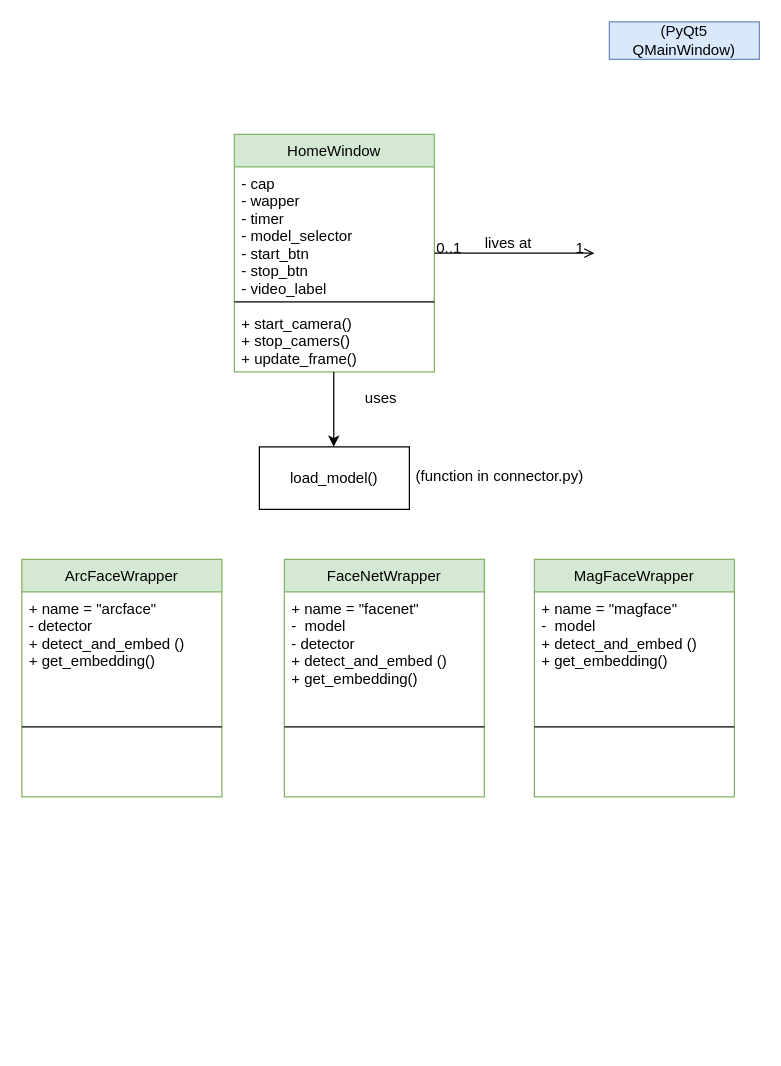
AidaFriday/Bachelor-Thesis-AI keeps this draw.io diagram as Documentation/BA.drawio. Above is the earlier version. Source tidied: cells renumbered, new cells numbered last; positions are measured from the earlier drawing's top-left corner, leaving out a move shared by most shapes. Both pictures are drawn from the tidied source at 125%, with x=0, y=0 at pixel (21, 21).
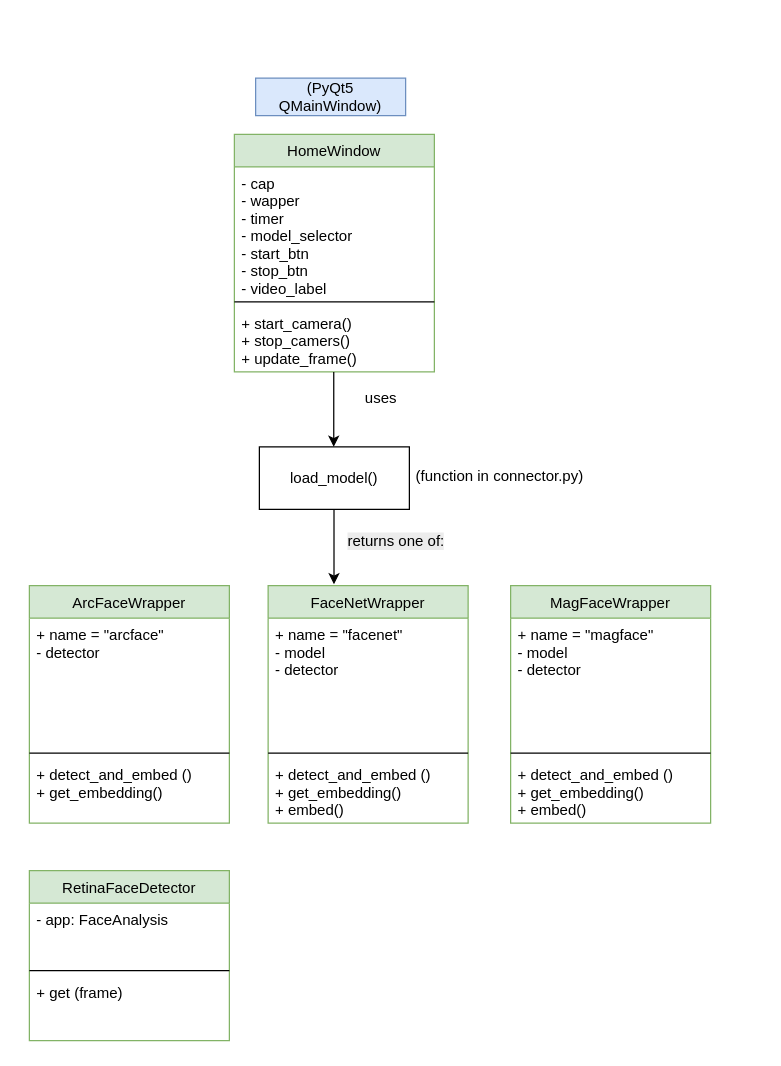
The same page after the edit.

The change refers to these unchanged cells:
```xml
<mxCell id="2" value="HomeWindow" style="swimlane;fontStyle=0;align=center;verticalAlign=top;horizontal=1;startSize=26;rounded=0;shadow=0;strokeWidth=1;fillColor=#d5e8d4;strokeColor=#82b366;" parent="1" vertex="1">
  <mxGeometry x="170" y="90" width="160" height="190" as="geometry" />
</mxCell>
```

Diff of the diagram source:
```diff
@@
-    <mxCell id="6" style="endArrow=open;shadow=0;strokeWidth=1;rounded=0;curved=0;endFill=1;edgeStyle=elbowEdgeStyle;elbow=vertical;" parent="1" edge="1" source="2">
-      <mxGeometry x="0.5" y="41" relative="1" as="geometry">
-        <mxPoint x="458" y="185" as="targetPoint" />
-        <mxPoint x="-40" y="32" as="offset" />
-      </mxGeometry>
-    </mxCell>
-    <mxCell id="7" value="0..1" style="align=left;verticalAlign=bottom;labelBackgroundColor=none;fontSize=12;" parent="6" vertex="1">
-      <mxGeometry x="-1" relative="1" as="geometry">
-        <mxPoint y="4" as="offset" />
-      </mxGeometry>
-    </mxCell>
-    <mxCell id="8" value="1" style="align=right;verticalAlign=bottom;labelBackgroundColor=none;fontSize=12;" parent="6" vertex="1">
-      <mxGeometry x="1" relative="1" as="geometry">
-        <mxPoint x="-7" y="4" as="offset" />
-      </mxGeometry>
-    </mxCell>
-    <mxCell id="9" value="lives at" style="text;html=1;align=center;verticalAlign=middle;labelBackgroundColor=none;rounded=0;shadow=0;strokeWidth=1;fontSize=12;" parent="6" vertex="1">
-      <mxGeometry x="0.5" y="49" relative="1" as="geometry">
-        <mxPoint x="-38" y="40" as="offset" />
-      </mxGeometry>
-    </mxCell>
     <mxCell id="10" value="(PyQt5 QMainWindow)" style="whiteSpace=wrap;html=1;fillColor=#dae8fc;strokeColor=#6c8ebf;" parent="1" vertex="1">
-      <mxGeometry x="470" width="120" height="30" as="geometry" />
+      <mxGeometry x="187" y="45" width="120" height="30" as="geometry" />
     </mxCell>
@@
     <mxCell id="15" value="ArcFaceWrapper" style="swimlane;fontStyle=0;align=center;verticalAlign=top;horizontal=1;startSize=26;rounded=0;shadow=0;strokeWidth=1;fillColor=#d5e8d4;strokeColor=#82b366;" parent="1" vertex="1">
-      <mxGeometry y="430" width="160" height="190" as="geometry" />
+      <mxGeometry x="6" y="451" width="160" height="190" as="geometry" />
     </mxCell>
-    <mxCell id="16" value="+ name = &quot;arcface&quot;&#10;- detector&#10;+ detect_and_embed ()&#10;+ get_embedding()&#10;&#10;" style="text;align=left;verticalAlign=top;spacingLeft=4;spacingRight=4;overflow=hidden;" parent="15" vertex="1">
-      <mxGeometry y="26" width="160" height="104" as="geometry" />
-    </mxCell>
-    <mxCell id="17" style="line;html=1;strokeWidth=1;align=left;verticalAlign=middle;spacingTop=-1;spacingLeft=3;spacingRight=3;labelPosition=right;" parent="15" vertex="1">
-      <mxGeometry y="130" width="160" height="8" as="geometry" />
-    </mxCell>
+    <mxCell id="24" value="+ name = &quot;arcface&quot;&#10;- detector&#10;&#10;&#10;" style="text;align=left;verticalAlign=top;spacingLeft=4;spacingRight=4;overflow=hidden;" parent="15" vertex="1">
+      <mxGeometry y="26" width="160" height="104" as="geometry" />
+    </mxCell>
+    <mxCell id="25" style="line;html=1;strokeWidth=1;align=left;verticalAlign=middle;spacingTop=-1;spacingLeft=3;spacingRight=3;labelPosition=right;" parent="15" vertex="1">
+      <mxGeometry y="130" width="160" height="8" as="geometry" />
+    </mxCell>
+    <mxCell id="26" value="+ detect_and_embed ()&#10;+ get_embedding()" style="text;align=left;verticalAlign=top;spacingLeft=4;spacingRight=4;overflow=hidden;" parent="15" vertex="1">
+      <mxGeometry y="138" width="160" height="52" as="geometry" />
+    </mxCell>
     <mxCell id="18" value="FaceNetWrapper" style="swimlane;fontStyle=0;align=center;verticalAlign=top;horizontal=1;startSize=26;rounded=0;shadow=0;strokeWidth=1;fillColor=#d5e8d4;strokeColor=#82b366;" parent="1" vertex="1">
-      <mxGeometry x="210" y="430" width="160" height="190" as="geometry" />
+      <mxGeometry x="197" y="451" width="160" height="190" as="geometry" />
     </mxCell>
-    <mxCell id="19" value="+ name = &quot;facenet&quot;&#10;-  model&#10;- detector&#10;+ detect_and_embed ()&#10;+ get_embedding()&#10;&#10;" style="text;align=left;verticalAlign=top;spacingLeft=4;spacingRight=4;overflow=hidden;" parent="18" vertex="1">
-      <mxGeometry y="26" width="160" height="104" as="geometry" />
-    </mxCell>
-    <mxCell id="20" style="line;html=1;strokeWidth=1;align=left;verticalAlign=middle;spacingTop=-1;spacingLeft=3;spacingRight=3;labelPosition=right;" parent="18" vertex="1">
-      <mxGeometry y="130" width="160" height="8" as="geometry" />
-    </mxCell>
+    <mxCell id="27" value="+ name = &quot;facenet&quot;&#10;- model&#10;- detector&#10;&#10;&#10;" style="text;align=left;verticalAlign=top;spacingLeft=4;spacingRight=4;overflow=hidden;" parent="18" vertex="1">
+      <mxGeometry y="26" width="160" height="104" as="geometry" />
+    </mxCell>
+    <mxCell id="28" style="line;html=1;strokeWidth=1;align=left;verticalAlign=middle;spacingTop=-1;spacingLeft=3;spacingRight=3;labelPosition=right;" parent="18" vertex="1">
+      <mxGeometry y="130" width="160" height="8" as="geometry" />
+    </mxCell>
+    <mxCell id="29" value="+ detect_and_embed ()&#10;+ get_embedding()&#10;+ embed()" style="text;align=left;verticalAlign=top;spacingLeft=4;spacingRight=4;overflow=hidden;" parent="18" vertex="1">
+      <mxGeometry y="138" width="160" height="52" as="geometry" />
+    </mxCell>
     <mxCell id="21" value="MagFaceWrapper" style="swimlane;fontStyle=0;align=center;verticalAlign=top;horizontal=1;startSize=26;rounded=0;shadow=0;strokeWidth=1;fillColor=#d5e8d4;strokeColor=#82b366;" parent="1" vertex="1">
-      <mxGeometry x="410" y="430" width="160" height="190" as="geometry" />
+      <mxGeometry x="391" y="451" width="160" height="190" as="geometry" />
     </mxCell>
-    <mxCell id="22" value="+ name = &quot;magface&quot;&#10;-  model&#10;+ detect_and_embed ()&#10;+ get_embedding()&#10;&#10;" style="text;align=left;verticalAlign=top;spacingLeft=4;spacingRight=4;overflow=hidden;" parent="21" vertex="1">
-      <mxGeometry y="26" width="160" height="104" as="geometry" />
-    </mxCell>
-    <mxCell id="23" style="line;html=1;strokeWidth=1;align=left;verticalAlign=middle;spacingTop=-1;spacingLeft=3;spacingRight=3;labelPosition=right;" parent="21" vertex="1">
-      <mxGeometry y="130" width="160" height="8" as="geometry" />
-    </mxCell>
+    <mxCell id="30" value="+ name = &quot;magface&quot;&#10;- model&#10;- detector&#10;&#10;&#10;" style="text;align=left;verticalAlign=top;spacingLeft=4;spacingRight=4;overflow=hidden;" parent="21" vertex="1">
+      <mxGeometry y="26" width="160" height="104" as="geometry" />
+    </mxCell>
+    <mxCell id="31" style="line;html=1;strokeWidth=1;align=left;verticalAlign=middle;spacingTop=-1;spacingLeft=3;spacingRight=3;labelPosition=right;" parent="21" vertex="1">
+      <mxGeometry y="130" width="160" height="8" as="geometry" />
+    </mxCell>
+    <mxCell id="32" value="+ detect_and_embed ()&#10;+ get_embedding()&#10;+ embed()" style="text;align=left;verticalAlign=top;spacingLeft=4;spacingRight=4;overflow=hidden;" parent="21" vertex="1">
+      <mxGeometry y="138" width="160" height="52" as="geometry" />
+    </mxCell>
+    <mxCell id="33" style="endArrow=classic;html=1;rounded=0;" parent="1" edge="1">
+      <mxGeometry relative="1" as="geometry">
+        <mxPoint x="249.7" y="390" as="sourcePoint" />
+        <mxPoint x="249.7" y="450" as="targetPoint" />
+      </mxGeometry>
+    </mxCell>
+    <mxCell id="34" value="&lt;span style=&quot;color: rgb(0, 0, 0); font-family: Helvetica; font-size: 12px; font-style: normal; font-variant-ligatures: normal; font-variant-caps: normal; font-weight: 400; letter-spacing: normal; orphans: 2; text-align: center; text-indent: 0px; text-transform: none; widows: 2; word-spacing: 0px; -webkit-text-stroke-width: 0px; white-space: nowrap; background-color: rgb(236, 236, 236); text-decoration-thickness: initial; text-decoration-style: initial; text-decoration-color: initial; display: inline !important; float: none;&quot;&gt;returns one of:&lt;/span&gt;" style="text;whiteSpace=wrap;html=1;" parent="1" vertex="1">
+      <mxGeometry x="259" y="402" width="162" height="36" as="geometry" />
+    </mxCell>
+    <mxCell id="35" value="RetinaFaceDetector" style="swimlane;fontStyle=0;align=center;verticalAlign=top;horizontal=1;startSize=26;rounded=0;shadow=0;strokeWidth=1;fillColor=#d5e8d4;strokeColor=#82b366;" parent="1" vertex="1">
+      <mxGeometry x="6" y="679" width="160" height="136" as="geometry" />
+    </mxCell>
+    <mxCell id="36" value="- app: FaceAnalysis&#10;&#10;&#10;&#10;" style="text;align=left;verticalAlign=top;spacingLeft=4;spacingRight=4;overflow=hidden;" parent="35" vertex="1">
+      <mxGeometry y="26" width="160" height="50" as="geometry" />
+    </mxCell>
+    <mxCell id="37" style="line;html=1;strokeWidth=1;align=left;verticalAlign=middle;spacingTop=-1;spacingLeft=3;spacingRight=3;labelPosition=right;" parent="35" vertex="1">
+      <mxGeometry y="76" width="160" height="8" as="geometry" />
+    </mxCell>
+    <mxCell id="38" value="+ get (frame)" style="text;align=left;verticalAlign=top;spacingLeft=4;spacingRight=4;overflow=hidden;" parent="35" vertex="1">
+      <mxGeometry y="84" width="160" height="52" as="geometry" />
+    </mxCell>
```
